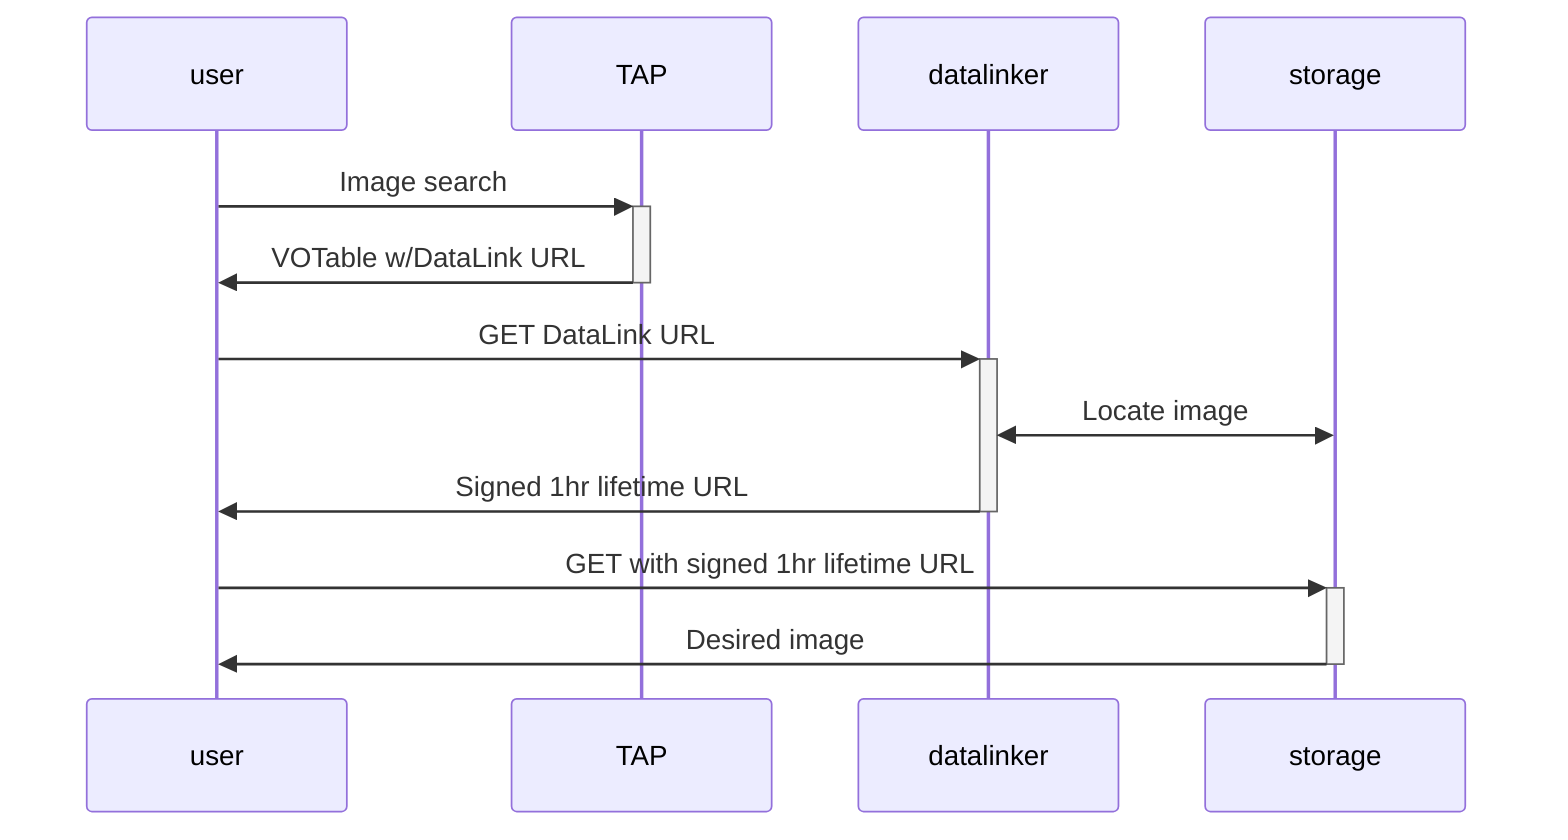
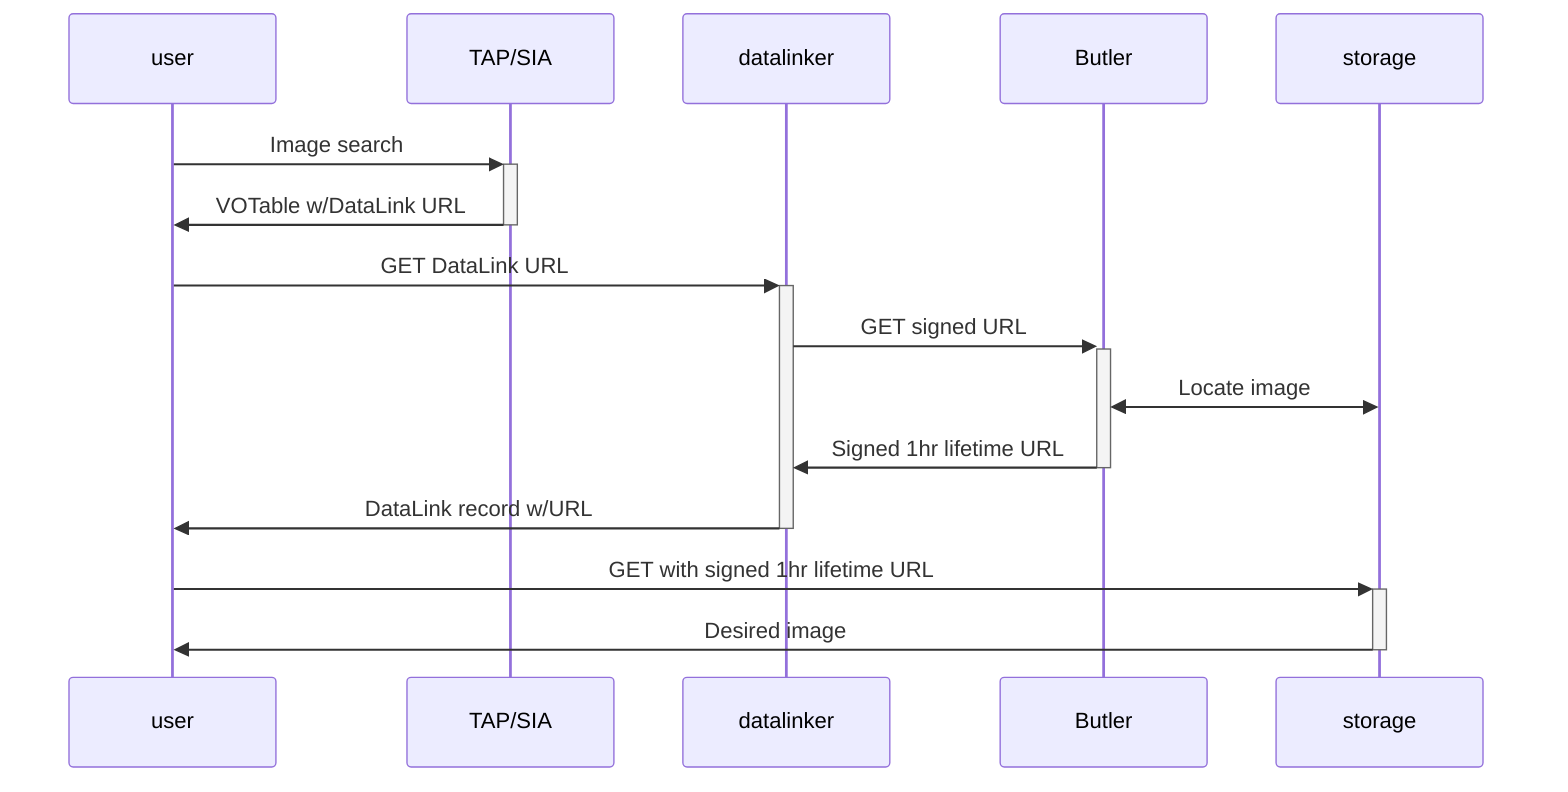
sequenceDiagram
  participant user
-   participant TAP
+   participant TAP/SIA
  participant datalinker
+   participant Butler
  participant storage

-   user->>+TAP: Image search
-   TAP->>-user: VOTable w/DataLink URL
+   user->>+TAP/SIA: Image search
+   TAP/SIA->>-user: VOTable w/DataLink URL

  user->>+datalinker: GET DataLink URL
-   datalinker<<->>storage: Locate image
-   datalinker->>-user: Signed 1hr lifetime URL
+   datalinker->>+Butler: GET signed URL
+   Butler<<->>storage: Locate image
+   Butler->>-datalinker: Signed 1hr lifetime URL
+   datalinker->>-user: DataLink record w/URL

  user->>+storage: GET with signed 1hr lifetime URL
  storage->>-user: Desired image
